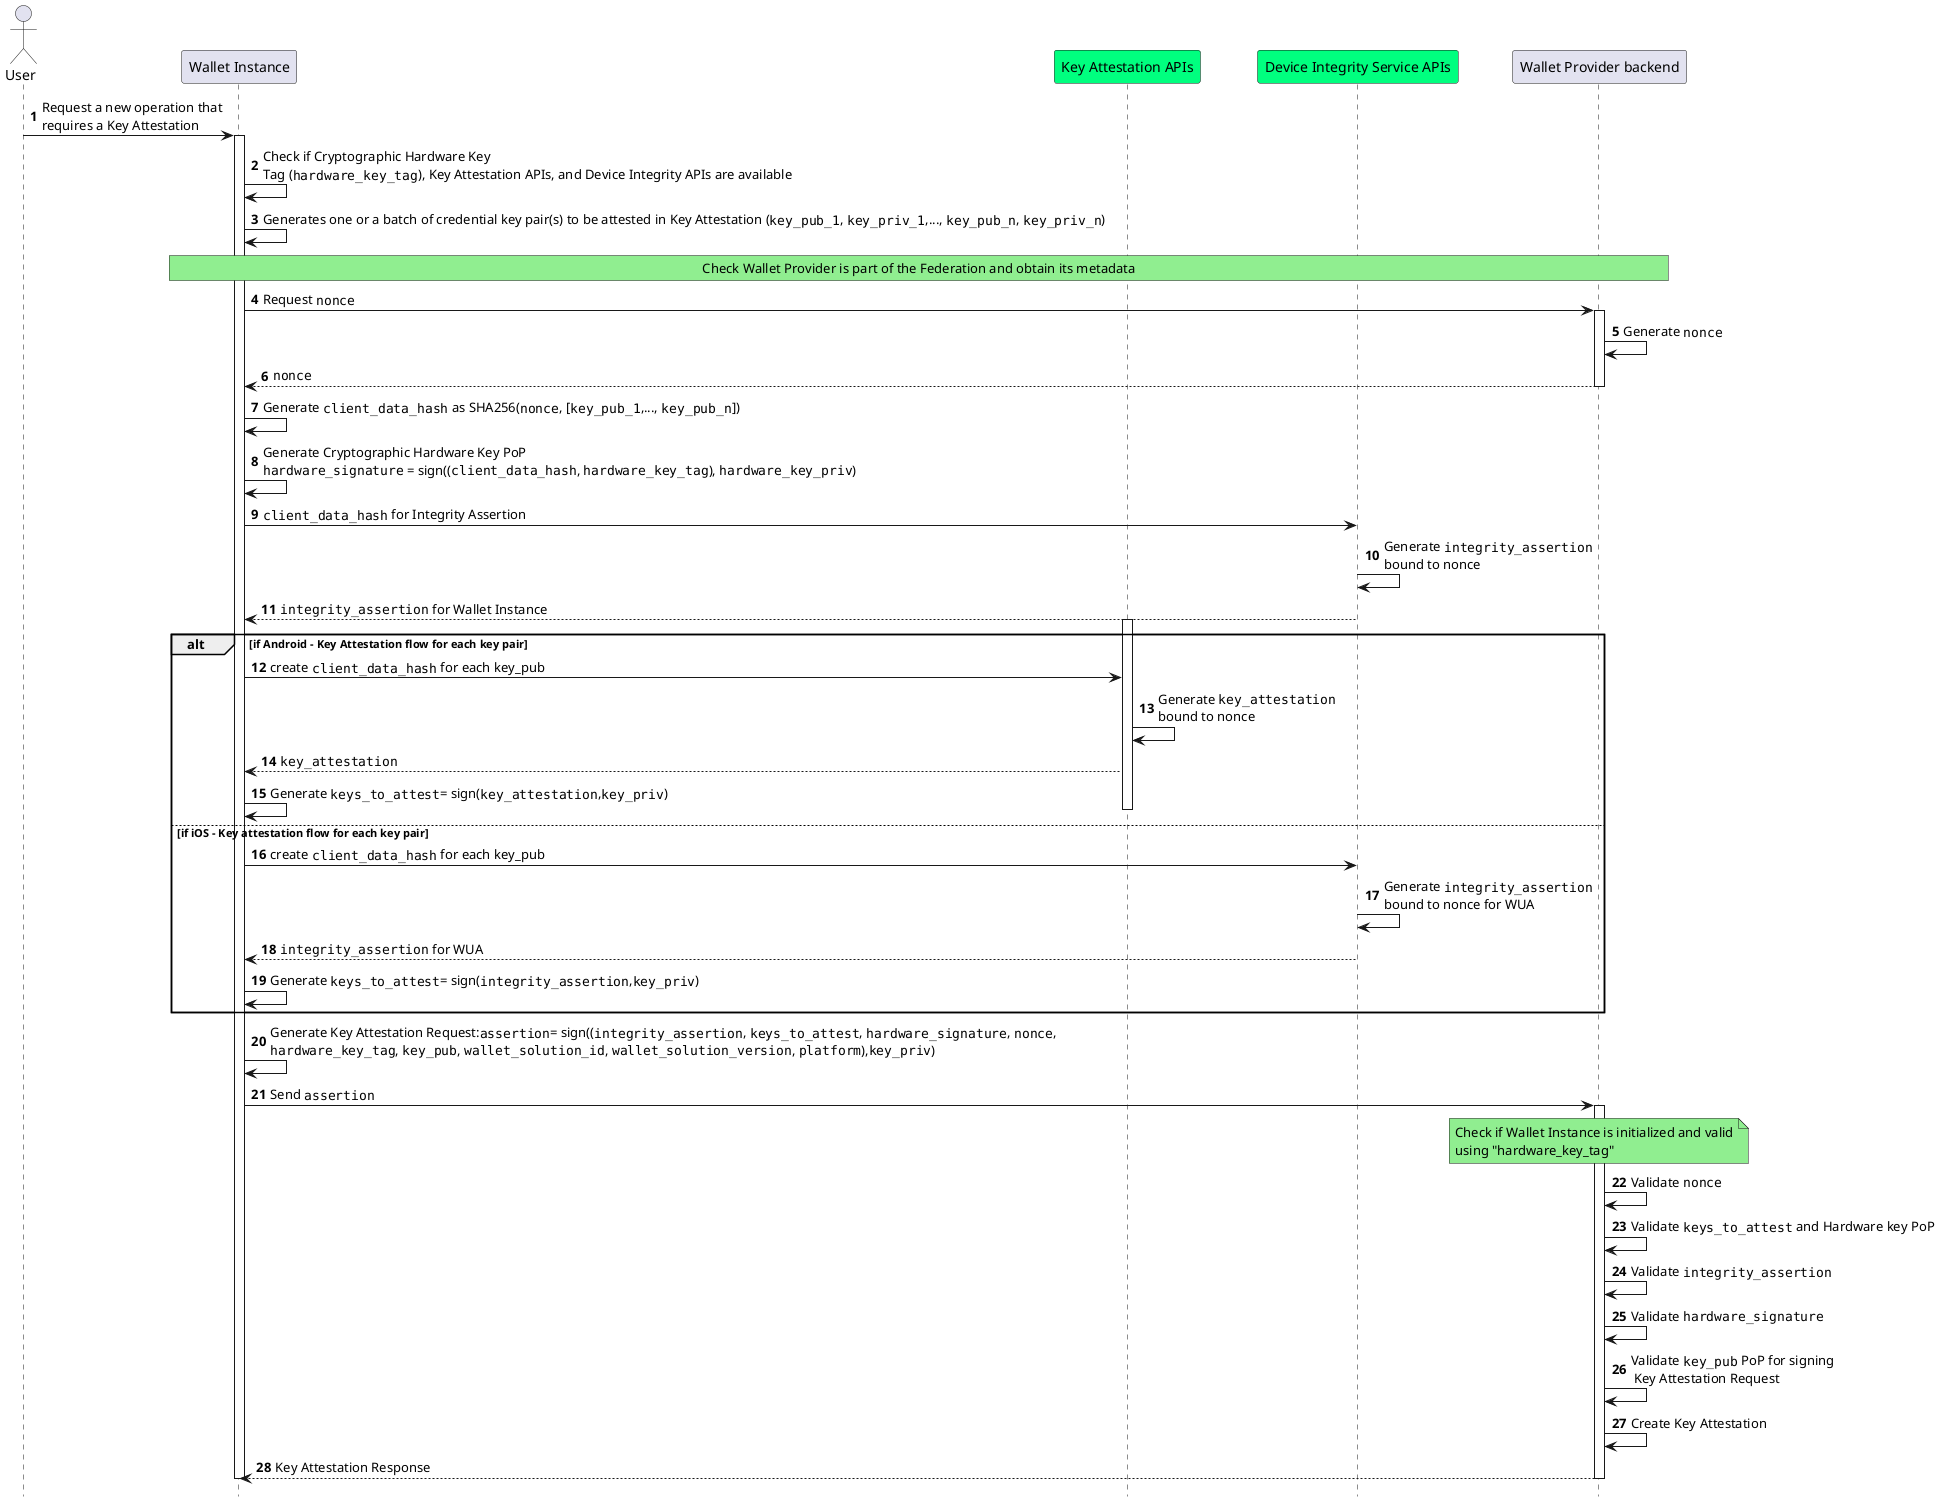
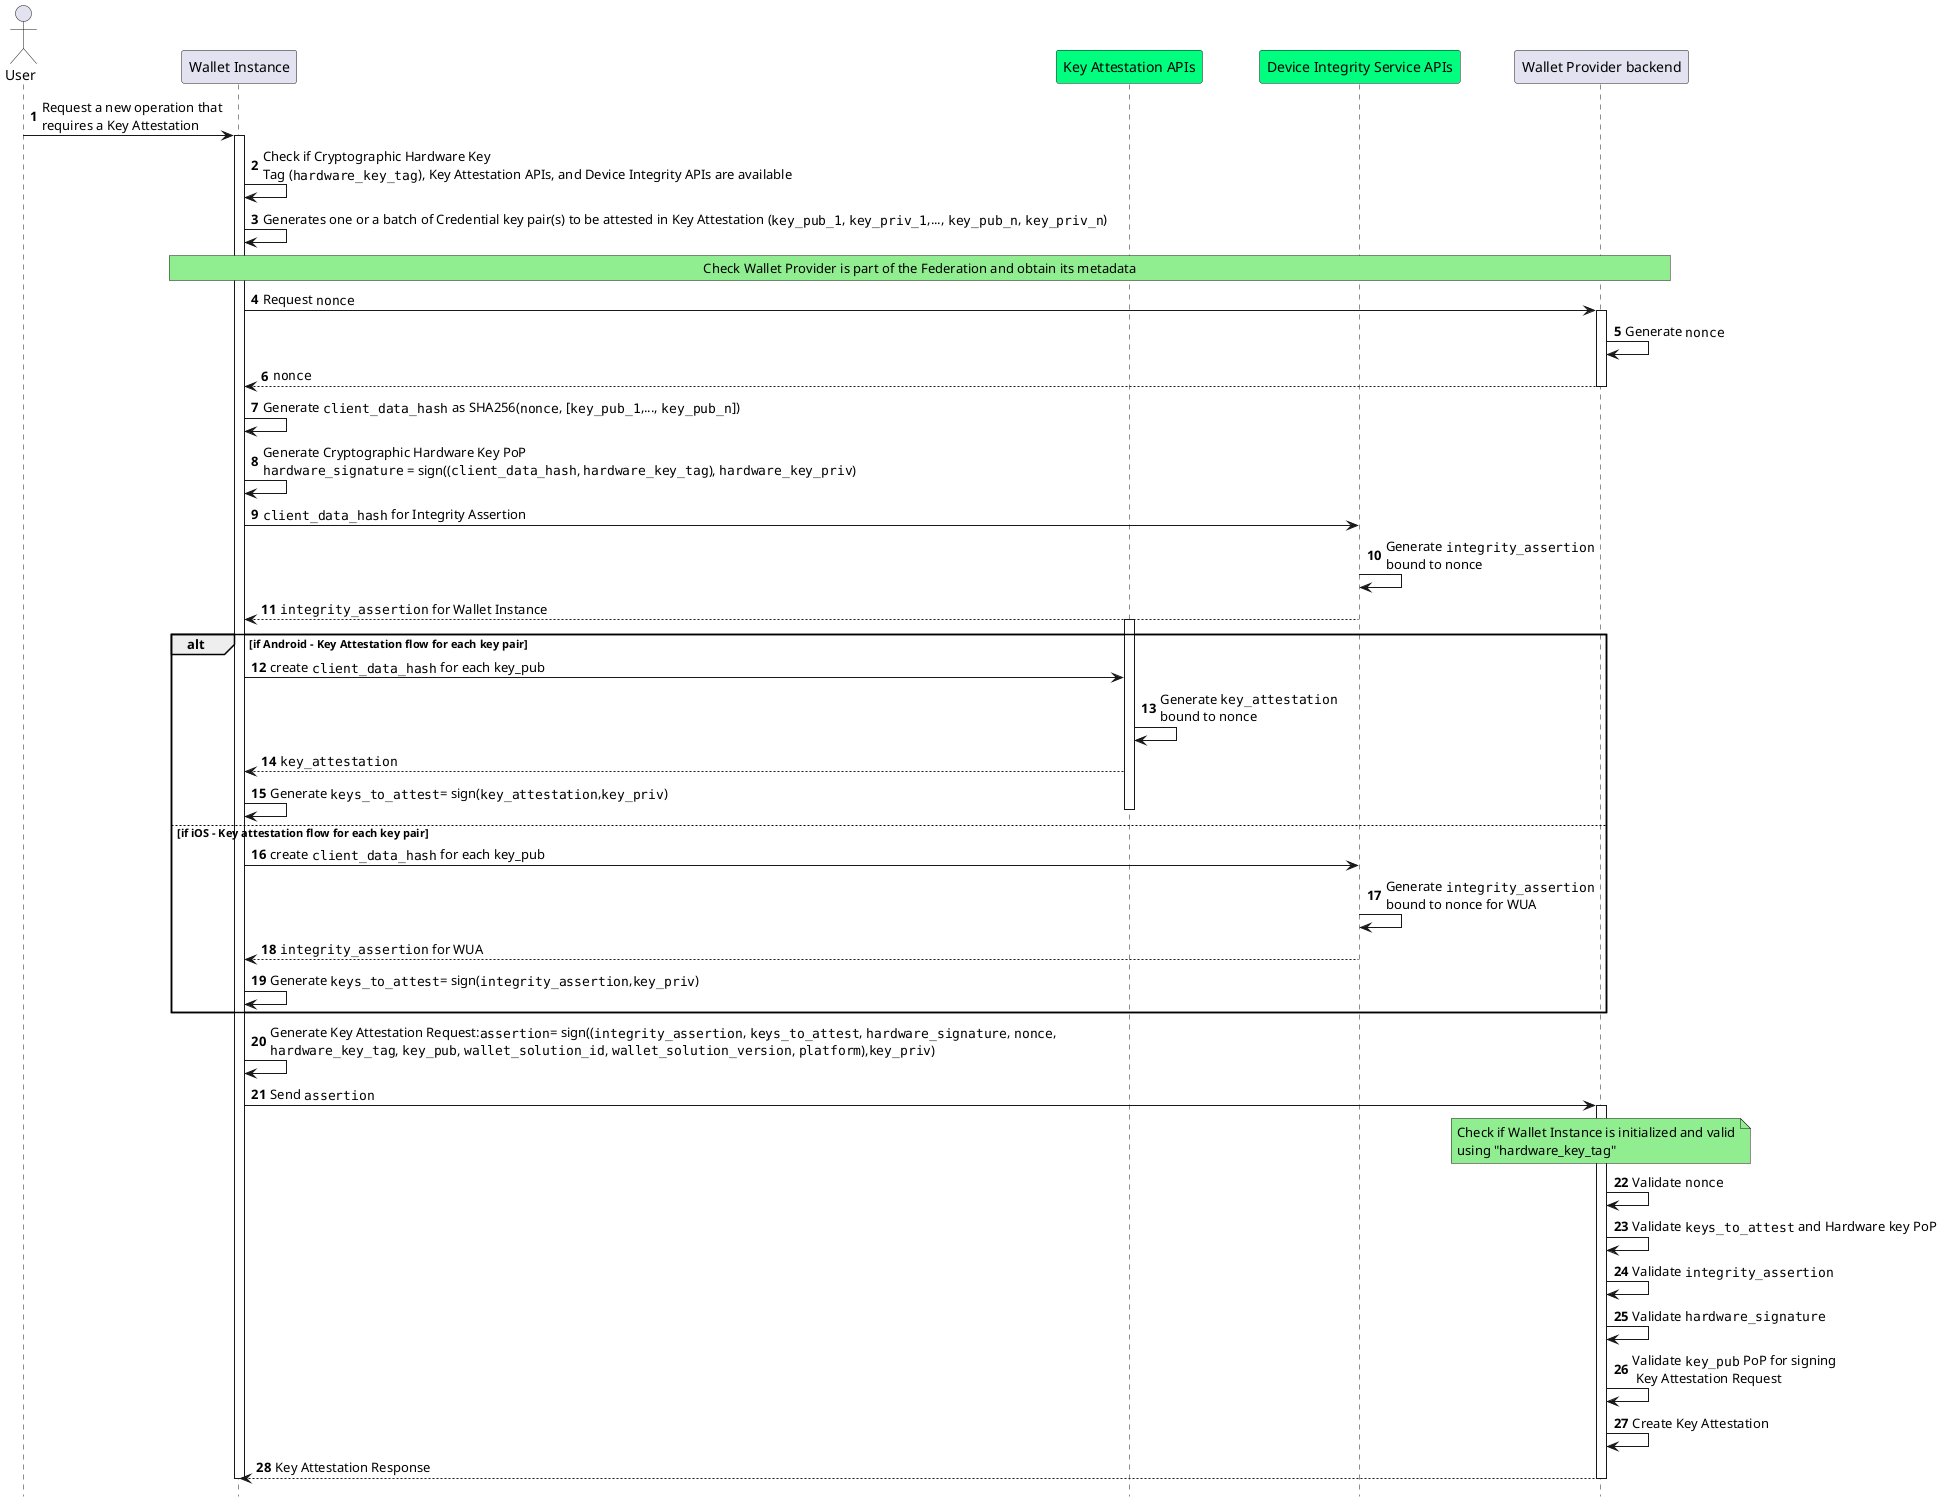
@startuml Wallet App and Wallet Unit Attestations Issuance
autonumber
hide footbox

'Participants
actor "User" as user
participant "Wallet Instance" as app
participant "Key Attestation APIs" as kats #springgreen
participant "Device Integrity Service APIs" as aats #springgreen
participant "Wallet Provider backend" as bck

user->app: Request a new operation that\nrequires a Key Attestation
activate app

app->app: Check if Cryptographic Hardware Key \nTag (""hardware_key_tag""), Key Attestation APIs, and Device Integrity APIs are available

- app->app: Generates one or a batch of credential key pair(s) to be attested in Key Attestation (""key_pub_1"", ""key_priv_1"",..., ""key_pub_n"", ""key_priv_n"")
+ app->app: Generates one or a batch of Credential key pair(s) to be attested in Key Attestation (""key_pub_1"", ""key_priv_1"",..., ""key_pub_n"", ""key_priv_n"")

rnote over app,bck #LIGHTGREEN
Check Wallet Provider is part of the Federation and obtain its metadata
endrnote

app->bck: Request ""nonce""
activate bck

bck->bck: Generate ""nonce""

bck-->app: ""nonce""
deactivate bck


app->app: Generate ""client_data_hash"" as SHA256(""nonce"", [""key_pub_1"",..., ""key_pub_n""])

app->app: Generate Cryptographic Hardware Key PoP\n""hardware_signature"" = sign((""client_data_hash"", ""hardware_key_tag""), ""hardware_key_priv"")

app->aats: ""client_data_hash"" for Integrity Assertion
aats->aats: Generate ""integrity_assertion""\nbound to nonce
aats-->app: ""integrity_assertion"" for Wallet Instance

alt if Android - Key Attestation flow for each key pair

activate kats

app->kats: create ""client_data_hash"" for each key_pub

kats->kats: Generate ""key_attestation""\nbound to nonce

kats-->app: ""key_attestation""
app->app : Generate ""keys_to_attest""= sign(""key_attestation"",""key_priv"")

deactivate kats

else if iOS - Key attestation flow for each key pair

app->aats: create ""client_data_hash"" for each key_pub
aats->aats: Generate ""integrity_assertion""\nbound to nonce for WUA
aats-->app: ""integrity_assertion"" for WUA
app->app : Generate ""keys_to_attest""= sign(""integrity_assertion"",""key_priv"")
end


app->app: Generate Key Attestation Request:""assertion""= sign((""integrity_assertion"", ""keys_to_attest"", ""hardware_signature"", ""nonce"",\n""hardware_key_tag"", ""key_pub"", ""wallet_solution_id"", ""wallet_solution_version"", ""platform""),""key_priv"")
app->bck: Send ""assertion""
activate bck
Note over bck, bck #LIGHTGREEN
Check if Wallet Instance is initialized and valid
using "hardware_key_tag"
End note

bck->bck: Validate ""nonce""
bck->bck: Validate ""keys_to_attest"" and Hardware key PoP
bck->bck: Validate ""integrity_assertion""
bck->bck: Validate ""hardware_signature""
bck->bck: Validate ""key_pub"" PoP for signing\n Key Attestation Request
bck->bck: Create Key Attestation


bck-->app: Key Attestation Response

deactivate bck
deactivate app
@enduml